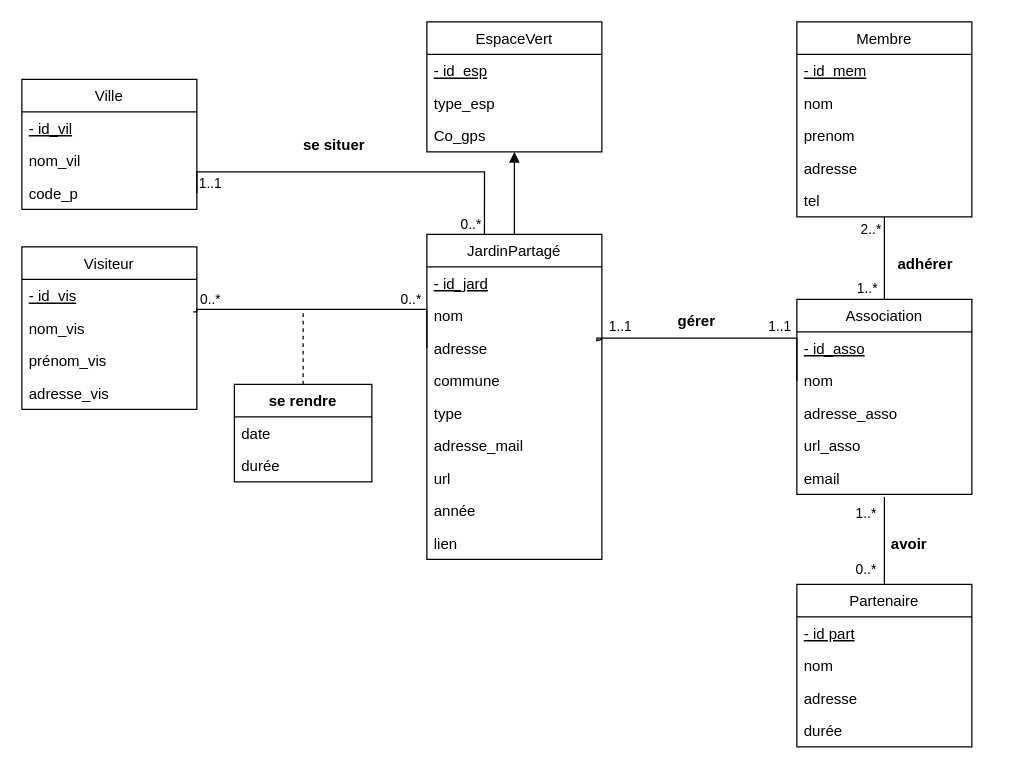
Mohamed-Messai/mescours keeps this draw.io diagram as BDD/solutions/salles.drawio. Above is the earlier version. Source tidied: cells renumbered, new cells numbered last; positions are measured from the earlier drawing's top-left corner, leaving out a move shared by most shapes. Both pictures are drawn from the tidied source at 125%, with x=0, y=0 at pixel (21, 21).
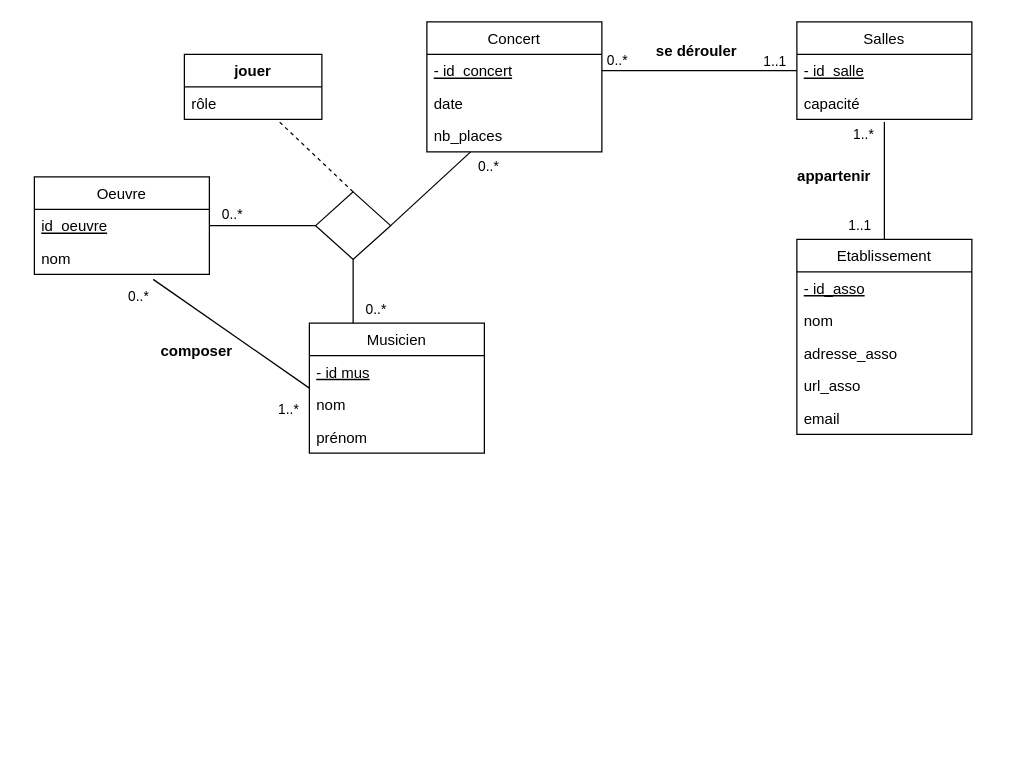
Above is the later version.

Commit message:
Mettre à jour salles.drawio

Unchanged cells that the change refers to:
```xml
<mxCell id="23" value="nom" style="text;strokeColor=none;fillColor=none;align=left;verticalAlign=top;spacingLeft=4;spacingRight=4;overflow=hidden;points=[[0,0.5],[1,0.5]];portConstraint=eastwest;" parent="21" vertex="1">
  <mxGeometry y="52" width="140" height="26" as="geometry" />
</mxCell>
```

The edit, as a diff of the source:
```diff
@@
-    <mxCell id="2" value="EspaceVert" style="swimlane;fontStyle=0;horizontal=1;startSize=26;fillColor=none;" parent="1" vertex="1">
+    <mxCell id="2" value="Concert" style="swimlane;fontStyle=0;horizontal=1;startSize=26;fillColor=none;" parent="1" vertex="1">
       <mxGeometry x="324" width="140" height="104" as="geometry" />
     </mxCell>
-    <mxCell id="3" value="- id_esp " style="text;strokeColor=none;fillColor=none;align=left;verticalAlign=top;spacingLeft=4;spacingRight=4;overflow=hidden;points=[[0,0.5],[1,0.5]];portConstraint=eastwest;fontStyle=4;" parent="2" vertex="1">
+    <mxCell id="3" value="- id_concert " style="text;strokeColor=none;fillColor=none;align=left;verticalAlign=top;spacingLeft=4;spacingRight=4;overflow=hidden;points=[[0,0.5],[1,0.5]];portConstraint=eastwest;fontStyle=4;" parent="2" vertex="1">
       <mxGeometry y="26" width="140" height="26" as="geometry" />
     </mxCell>
-    <mxCell id="4" value="type_esp " style="text;strokeColor=none;fillColor=none;align=left;verticalAlign=top;spacingLeft=4;spacingRight=4;overflow=hidden;" parent="2" vertex="1">
+    <mxCell id="4" value="date" style="text;strokeColor=none;fillColor=none;align=left;verticalAlign=top;spacingLeft=4;spacingRight=4;overflow=hidden;" parent="2" vertex="1">
       <mxGeometry y="52" width="140" height="26" as="geometry" />
     </mxCell>
-    <mxCell id="5" value="Co_gps " style="text;strokeColor=none;fillColor=none;align=left;verticalAlign=top;spacingLeft=4;spacingRight=4;overflow=hidden;" parent="2" vertex="1">
+    <mxCell id="5" value="nb_places" style="text;strokeColor=none;fillColor=none;align=left;verticalAlign=top;spacingLeft=4;spacingRight=4;overflow=hidden;" parent="2" vertex="1">
       <mxGeometry y="78" width="140" height="26" as="geometry" />
     </mxCell>
-    <mxCell id="6" value="Ville" style="swimlane;fontStyle=0;horizontal=1;startSize=26;fillColor=none;" parent="1" vertex="1">
-      <mxGeometry y="46" width="140" height="104" as="geometry" />
-    </mxCell>
-    <mxCell id="7" value="- id_vil " style="text;strokeColor=none;fillColor=none;align=left;verticalAlign=top;spacingLeft=4;spacingRight=4;overflow=hidden;fontStyle=4;" parent="6" vertex="1">
-      <mxGeometry y="26" width="140" height="26" as="geometry" />
-    </mxCell>
-    <mxCell id="8" value="nom_vil " style="text;strokeColor=none;fillColor=none;align=left;verticalAlign=top;spacingLeft=4;spacingRight=4;overflow=hidden;" parent="6" vertex="1">
-      <mxGeometry y="52" width="140" height="26" as="geometry" />
-    </mxCell>
-    <mxCell id="9" value="code_p " style="text;strokeColor=none;fillColor=none;align=left;verticalAlign=top;spacingLeft=4;spacingRight=4;overflow=hidden;points=[[0,0.5],[1,0.5]];portConstraint=eastwest;" parent="6" vertex="1">
-      <mxGeometry y="78" width="140" height="26" as="geometry" />
-    </mxCell>
-    <mxCell id="10" value="JardinPartagé" style="swimlane;fontStyle=0;horizontal=1;startSize=26;fillColor=none;" parent="1" vertex="1">
-      <mxGeometry x="324" y="170" width="140" height="260" as="geometry" />
-    </mxCell>
-    <mxCell id="11" value="- id_jard" style="text;strokeColor=none;fillColor=none;align=left;verticalAlign=top;spacingLeft=4;spacingRight=4;overflow=hidden;fontStyle=4;" parent="10" vertex="1">
-      <mxGeometry y="26" width="140" height="26" as="geometry" />
-    </mxCell>
-    <mxCell id="12" value="nom" style="text;strokeColor=none;fillColor=none;align=left;verticalAlign=top;spacingLeft=4;spacingRight=4;overflow=hidden;points=[[0,0.5],[1,0.5]];portConstraint=eastwest;" parent="10" vertex="1">
-      <mxGeometry y="52" width="140" height="26" as="geometry" />
-    </mxCell>
-    <mxCell id="13" value="adresse" style="text;strokeColor=none;fillColor=none;align=left;verticalAlign=top;spacingLeft=4;spacingRight=4;overflow=hidden;points=[[0,0.5],[1,0.5]];portConstraint=eastwest;" parent="10" vertex="1">
-      <mxGeometry y="78" width="140" height="26" as="geometry" />
-    </mxCell>
-    <mxCell id="14" value="commune" style="text;strokeColor=none;fillColor=none;align=left;verticalAlign=top;spacingLeft=4;spacingRight=4;overflow=hidden;" parent="10" vertex="1">
-      <mxGeometry y="104" width="140" height="26" as="geometry" />
-    </mxCell>
-    <mxCell id="15" value="type" style="text;strokeColor=none;fillColor=none;align=left;verticalAlign=top;spacingLeft=4;spacingRight=4;overflow=hidden;" parent="10" vertex="1">
-      <mxGeometry y="130" width="140" height="26" as="geometry" />
-    </mxCell>
-    <mxCell id="16" value="adresse_mail" style="text;strokeColor=none;fillColor=none;align=left;verticalAlign=top;spacingLeft=4;spacingRight=4;overflow=hidden;" parent="10" vertex="1">
-      <mxGeometry y="156" width="140" height="26" as="geometry" />
-    </mxCell>
-    <mxCell id="17" value="url" style="text;strokeColor=none;fillColor=none;align=left;verticalAlign=top;spacingLeft=4;spacingRight=4;overflow=hidden;" parent="10" vertex="1">
-      <mxGeometry y="182" width="140" height="26" as="geometry" />
-    </mxCell>
-    <mxCell id="18" value="année" style="text;strokeColor=none;fillColor=none;align=left;verticalAlign=top;spacingLeft=4;spacingRight=4;overflow=hidden;" parent="10" vertex="1">
-      <mxGeometry y="208" width="140" height="26" as="geometry" />
-    </mxCell>
-    <mxCell id="19" value="lien" style="text;strokeColor=none;fillColor=none;align=left;verticalAlign=top;spacingLeft=4;spacingRight=4;overflow=hidden;" parent="10" vertex="1">
-      <mxGeometry y="234" width="140" height="26" as="geometry" />
-    </mxCell>
-    <mxCell id="20" style="edgeStyle=orthogonalEdgeStyle;rounded=0;jettySize=auto;html=1;exitX=0.5;exitY=0;exitDx=0;exitDy=0;entryX=0.5;entryY=1;entryDx=0;entryDy=0;endArrow=none;endFill=0;" parent="1" edge="1" source="21" target="27">
-      <mxGeometry relative="1" as="geometry" />
-    </mxCell>
-    <mxCell id="21" value="Association" style="swimlane;fontStyle=0;horizontal=1;startSize=26;fillColor=none;" parent="1" vertex="1">
-      <mxGeometry x="620" y="222" width="140" height="156" as="geometry" />
+    <mxCell id="21" value="Etablissement" style="swimlane;fontStyle=0;horizontal=1;startSize=26;fillColor=none;" parent="1" vertex="1">
+      <mxGeometry x="620" y="174" width="140" height="156" as="geometry" />
     </mxCell>
@@
-    <mxCell id="27" value="Membre" style="swimlane;fontStyle=0;horizontal=1;startSize=26;fillColor=none;" parent="1" vertex="1">
-      <mxGeometry x="620" width="140" height="156" as="geometry" />
+    <mxCell id="27" value="Salles" style="swimlane;fontStyle=0;horizontal=1;startSize=26;fillColor=none;" parent="1" vertex="1">
+      <mxGeometry x="620" width="140" height="78" as="geometry" />
     </mxCell>
-    <mxCell id="28" value="- id_mem" style="text;strokeColor=none;fillColor=none;align=left;verticalAlign=top;spacingLeft=4;spacingRight=4;overflow=hidden;points=[[0,0.5],[1,0.5]];portConstraint=eastwest;fontStyle=4;" parent="27" vertex="1">
+    <mxCell id="28" value="- id_salle" style="text;strokeColor=none;fillColor=none;align=left;verticalAlign=top;spacingLeft=4;spacingRight=4;overflow=hidden;points=[[0,0.5],[1,0.5]];portConstraint=eastwest;fontStyle=4;" parent="27" vertex="1">
       <mxGeometry y="26" width="140" height="26" as="geometry" />
     </mxCell>
-    <mxCell id="29" value="nom" style="text;strokeColor=none;fillColor=none;align=left;verticalAlign=top;spacingLeft=4;spacingRight=4;overflow=hidden;" parent="27" vertex="1">
+    <mxCell id="29" value="capacité" style="text;strokeColor=none;fillColor=none;align=left;verticalAlign=top;spacingLeft=4;spacingRight=4;overflow=hidden;" parent="27" vertex="1">
       <mxGeometry y="52" width="140" height="26" as="geometry" />
     </mxCell>
-    <mxCell id="30" value="prenom" style="text;strokeColor=none;fillColor=none;align=left;verticalAlign=top;spacingLeft=4;spacingRight=4;overflow=hidden;" parent="27" vertex="1">
-      <mxGeometry y="78" width="140" height="26" as="geometry" />
-    </mxCell>
-    <mxCell id="31" value="adresse" style="text;strokeColor=none;fillColor=none;align=left;verticalAlign=top;spacingLeft=4;spacingRight=4;overflow=hidden;" parent="27" vertex="1">
-      <mxGeometry y="104" width="140" height="26" as="geometry" />
-    </mxCell>
-    <mxCell id="32" value="tel" style="text;strokeColor=none;fillColor=none;align=left;verticalAlign=top;spacingLeft=4;spacingRight=4;overflow=hidden;" parent="27" vertex="1">
-      <mxGeometry y="130" width="140" height="26" as="geometry" />
-    </mxCell>
-    <mxCell id="33" value="Visiteur" style="swimlane;fontStyle=0;horizontal=1;startSize=26;fillColor=none;" parent="1" vertex="1">
-      <mxGeometry y="180" width="140" height="130" as="geometry" />
+    <mxCell id="33" value="Oeuvre" style="swimlane;fontStyle=0;horizontal=1;startSize=26;fillColor=none;" parent="1" vertex="1">
+      <mxGeometry x="10" y="124" width="140" height="78" as="geometry" />
     </mxCell>
-    <mxCell id="34" value="- id_vis" style="text;strokeColor=none;fillColor=none;align=left;verticalAlign=top;spacingLeft=4;spacingRight=4;overflow=hidden;points=[[0,0.5],[1,0.5]];portConstraint=eastwest;fontStyle=4;" parent="33" vertex="1">
+    <mxCell id="34" value="id_oeuvre" style="text;strokeColor=none;fillColor=none;align=left;verticalAlign=top;spacingLeft=4;spacingRight=4;overflow=hidden;points=[[0,0.5],[1,0.5]];portConstraint=eastwest;fontStyle=4;" parent="33" vertex="1">
       <mxGeometry y="26" width="140" height="26" as="geometry" />
     </mxCell>
-    <mxCell id="35" value="nom_vis" style="text;strokeColor=none;fillColor=none;align=left;verticalAlign=top;spacingLeft=4;spacingRight=4;overflow=hidden;points=[[0,0.5],[1,0.5]];portConstraint=eastwest;" parent="33" vertex="1">
-      <mxGeometry y="52" width="140" height="26" as="geometry" />
-    </mxCell>
-    <mxCell id="36" value="prénom_vis" style="text;strokeColor=none;fillColor=none;align=left;verticalAlign=top;spacingLeft=4;spacingRight=4;overflow=hidden;" parent="33" vertex="1">
-      <mxGeometry y="78" width="140" height="26" as="geometry" />
-    </mxCell>
-    <mxCell id="37" value="adresse_vis" style="text;strokeColor=none;fillColor=none;align=left;verticalAlign=top;spacingLeft=4;spacingRight=4;overflow=hidden;" parent="33" vertex="1">
-      <mxGeometry y="104" width="140" height="26" as="geometry" />
-    </mxCell>
+    <mxCell id="12" value="nom" style="text;strokeColor=none;fillColor=none;align=left;verticalAlign=top;spacingLeft=4;spacingRight=4;overflow=hidden;points=[[0,0.5],[1,0.5]];portConstraint=eastwest;" parent="33" vertex="1">
+      <mxGeometry y="52" width="140" height="26" as="geometry" />
+    </mxCell>
-    <mxCell id="38" value="Partenaire" style="swimlane;fontStyle=0;horizontal=1;startSize=26;fillColor=none;" parent="1" vertex="1">
-      <mxGeometry x="620" y="450" width="140" height="130" as="geometry" />
+    <mxCell id="38" value="Musicien" style="swimlane;fontStyle=0;horizontal=1;startSize=26;fillColor=none;" parent="1" vertex="1">
+      <mxGeometry x="230" y="241" width="140" height="104" as="geometry" />
     </mxCell>
-    <mxCell id="39" value="- id part" style="text;strokeColor=none;fillColor=none;align=left;verticalAlign=top;spacingLeft=4;spacingRight=4;overflow=hidden;fontStyle=4;" parent="38" vertex="1">
+    <mxCell id="39" value="- id mus" style="text;strokeColor=none;fillColor=none;align=left;verticalAlign=top;spacingLeft=4;spacingRight=4;overflow=hidden;fontStyle=4;" parent="38" vertex="1">
       <mxGeometry y="26" width="140" height="26" as="geometry" />
     </mxCell>
@@
-    <mxCell id="41" value="adresse" style="text;strokeColor=none;fillColor=none;align=left;verticalAlign=top;spacingLeft=4;spacingRight=4;overflow=hidden;" parent="38" vertex="1">
+    <mxCell id="41" value="prénom" style="text;strokeColor=none;fillColor=none;align=left;verticalAlign=top;spacingLeft=4;spacingRight=4;overflow=hidden;" parent="38" vertex="1">
       <mxGeometry y="78" width="140" height="26" as="geometry" />
     </mxCell>
-    <mxCell id="42" value="durée" style="text;strokeColor=none;fillColor=none;align=left;verticalAlign=top;spacingLeft=4;spacingRight=4;overflow=hidden;" parent="38" vertex="1">
-      <mxGeometry y="104" width="140" height="26" as="geometry" />
-    </mxCell>
-    <mxCell id="43" value="se situer" style="text;align=center;fontStyle=1;verticalAlign=middle;spacingLeft=3;spacingRight=3;strokeColor=none;" parent="1" vertex="1">
-      <mxGeometry x="210" y="85" width="80" height="26" as="geometry" />
+    <mxCell id="43" value="composer" style="text;align=center;fontStyle=1;verticalAlign=middle;spacingLeft=3;spacingRight=3;strokeColor=none;" parent="1" vertex="1">
+      <mxGeometry x="100" y="250" width="80" height="26" as="geometry" />
     </mxCell>
-    <mxCell id="44" value="adhérer" style="text;align=center;fontStyle=1;verticalAlign=middle;spacingLeft=3;spacingRight=3;strokeColor=none;" parent="1" vertex="1">
-      <mxGeometry x="683" y="180" width="80" height="26" as="geometry" />
+    <mxCell id="44" value="se dérouler" style="text;align=center;fontStyle=1;verticalAlign=middle;spacingLeft=3;spacingRight=3;strokeColor=none;" parent="1" vertex="1">
+      <mxGeometry x="500" y="10" width="80" height="26" as="geometry" />
     </mxCell>
-    <mxCell id="45" value="gérer" style="text;align=center;fontStyle=1;verticalAlign=middle;spacingLeft=3;spacingRight=3;strokeColor=none;" parent="1" vertex="1">
-      <mxGeometry x="500" y="226" width="80" height="26" as="geometry" />
-    </mxCell>
-    <mxCell id="46" style="endArrow=block;endFill=1;html=1;rounded=0;exitX=0.5;exitY=0;exitDx=0;exitDy=0;entryX=0.5;entryY=1;entryDx=0;entryDy=0;" parent="1" edge="1" source="10" target="2">
-      <mxGeometry relative="1" as="geometry" />
-    </mxCell>
-    <mxCell id="47" style="endArrow=none;html=1;edgeStyle=orthogonalEdgeStyle;rounded=0;exitX=1;exitY=0.5;exitDx=0;exitDy=0;entryX=0.329;entryY=0;entryDx=0;entryDy=0;entryPerimeter=0;" parent="1" edge="1" source="9" target="10">
-      <mxGeometry relative="1" as="geometry">
-        <Array as="points">
-          <mxPoint x="140" y="120" />
-          <mxPoint x="370" y="120" />
-        </Array>
-      </mxGeometry>
-    </mxCell>
-    <mxCell id="48" value="1..1" style="edgeLabel;html=1;align=left;verticalAlign=bottom;" parent="47" vertex="1">
-      <mxGeometry x="-1" relative="1" as="geometry" />
-    </mxCell>
-    <mxCell id="49" value="0..*" style="edgeLabel;html=1;align=right;verticalAlign=bottom;" parent="47" vertex="1">
-      <mxGeometry x="1" relative="1" as="geometry">
-        <mxPoint x="-2" as="offset" />
-      </mxGeometry>
-    </mxCell>
-    <mxCell id="50" style="endArrow=none;html=1;edgeStyle=orthogonalEdgeStyle;rounded=0;entryX=0;entryY=0.5;entryDx=0;entryDy=0;exitX=0.979;exitY=0;exitDx=0;exitDy=0;exitPerimeter=0;" parent="1" edge="1" source="35" target="13">
-      <mxGeometry relative="1" as="geometry">
-        <Array as="points">
-          <mxPoint x="140" y="232" />
-          <mxPoint x="140" y="230" />
-          <mxPoint x="324" y="230" />
-        </Array>
-      </mxGeometry>
-    </mxCell>
-    <mxCell id="51" value="0..*" style="edgeLabel;html=1;align=left;verticalAlign=bottom;" parent="50" vertex="1">
-      <mxGeometry x="-1" relative="1" as="geometry">
-        <mxPoint x="4" y="-2" as="offset" />
-      </mxGeometry>
-    </mxCell>
-    <mxCell id="52" value="0..*" style="edgeLabel;html=1;align=right;verticalAlign=bottom;" parent="50" vertex="1">
-      <mxGeometry x="1" relative="1" as="geometry">
-        <mxPoint x="-4" y="-31" as="offset" />
-      </mxGeometry>
-    </mxCell>
-    <mxCell id="53" style="endArrow=none;html=1;edgeStyle=orthogonalEdgeStyle;rounded=0;entryX=0;entryY=0.5;entryDx=0;entryDy=0;exitX=1;exitY=0.231;exitDx=0;exitDy=0;exitPerimeter=0;" parent="1" edge="1" source="13" target="23">
-      <mxGeometry relative="1" as="geometry">
-        <Array as="points">
-          <mxPoint x="460" y="255" />
-          <mxPoint x="460" y="253" />
-          <mxPoint x="620" y="253" />
-        </Array>
-      </mxGeometry>
-    </mxCell>
-    <mxCell id="54" value="1..1" style="edgeLabel;html=1;align=left;verticalAlign=bottom;" parent="53" vertex="1">
-      <mxGeometry x="-1" relative="1" as="geometry">
-        <mxPoint x="4" y="-2" as="offset" />
-      </mxGeometry>
-    </mxCell>
-    <mxCell id="55" value="1..1" style="edgeLabel;html=1;align=right;verticalAlign=bottom;" parent="53" vertex="1">
-      <mxGeometry x="1" relative="1" as="geometry">
-        <mxPoint x="-4" y="-35" as="offset" />
-      </mxGeometry>
-    </mxCell>
-    <mxCell id="56" style="edgeStyle=orthogonalEdgeStyle;rounded=0;jettySize=auto;html=1;exitX=0.5;exitY=0;exitDx=0;exitDy=0;endArrow=none;endFill=0;dashed=1;" parent="1" edge="1" source="57">
-      <mxGeometry relative="1" as="geometry">
-        <mxPoint x="225" y="230" as="targetPoint" />
-      </mxGeometry>
-    </mxCell>
-    <mxCell id="57" value="se rendre" style="swimlane;fontStyle=1;horizontal=1;startSize=26;fillColor=none;" parent="1" vertex="1">
-      <mxGeometry x="170" y="290" width="110" height="78" as="geometry" />
+    <mxCell id="57" value="jouer" style="swimlane;fontStyle=1;horizontal=1;startSize=26;fillColor=none;" parent="1" vertex="1">
+      <mxGeometry x="130" y="26" width="110" height="52" as="geometry" />
     </mxCell>
-    <mxCell id="58" value="date" style="text;strokeColor=none;fillColor=none;align=left;verticalAlign=top;spacingLeft=4;spacingRight=4;overflow=hidden;points=[[0,0.5],[1,0.5]];portConstraint=eastwest;" parent="57" vertex="1">
+    <mxCell id="58" value="rôle" style="text;strokeColor=none;fillColor=none;align=left;verticalAlign=top;spacingLeft=4;spacingRight=4;overflow=hidden;points=[[0,0.5],[1,0.5]];portConstraint=eastwest;" parent="57" vertex="1">
       <mxGeometry y="26" width="110" height="26" as="geometry" />
     </mxCell>
-    <mxCell id="59" value="durée" style="text;strokeColor=none;fillColor=none;align=left;verticalAlign=top;spacingLeft=4;spacingRight=4;overflow=hidden;" parent="57" vertex="1">
-      <mxGeometry y="52" width="110" height="26" as="geometry" />
-    </mxCell>
-    <mxCell id="60" value="1..*" style="edgeLabel;html=1;align=right;verticalAlign=bottom;" parent="1" vertex="1">
-      <mxGeometry x="673" y="233" as="geometry">
+    <mxCell id="60" value="1..1" style="edgeLabel;html=1;align=right;verticalAlign=bottom;" parent="1" vertex="1">
+      <mxGeometry x="600" y="52" as="geometry">
         <mxPoint x="12" y="-12" as="offset" />
       </mxGeometry>
     </mxCell>
-    <mxCell id="61" value="2..*" style="edgeLabel;html=1;align=right;verticalAlign=bottom;" parent="1" vertex="1">
-      <mxGeometry x="683" y="220" as="geometry">
+    <mxCell id="61" value="0..*" style="edgeLabel;html=1;align=right;verticalAlign=bottom;" parent="1" vertex="1">
+      <mxGeometry x="480" y="85" as="geometry">
         <mxPoint x="5" y="-46" as="offset" />
       </mxGeometry>
     </mxCell>
-    <mxCell id="62" style="endArrow=none;endFill=0;endSize=12;html=1;rounded=0;exitX=0.5;exitY=0;exitDx=0;exitDy=0;" parent="1" edge="1" source="38">
-      <mxGeometry relative="1" as="geometry">
-        <mxPoint x="690" y="380" as="targetPoint" />
-      </mxGeometry>
-    </mxCell>
-    <mxCell id="63" value="0..*" style="edgeLabel;html=1;align=right;verticalAlign=bottom;" parent="1" vertex="1">
-      <mxGeometry x="626" y="261.9" as="geometry">
-        <mxPoint x="58" y="184" as="offset" />
-      </mxGeometry>
-    </mxCell>
-    <mxCell id="64" value="1..*" style="edgeLabel;html=1;align=right;verticalAlign=bottom;" parent="1" vertex="1">
-      <mxGeometry x="626" y="217" as="geometry">
-        <mxPoint x="58" y="184" as="offset" />
-      </mxGeometry>
-    </mxCell>
-    <mxCell id="65" value="avoir" style="text;align=center;fontStyle=1;verticalAlign=middle;spacingLeft=3;spacingRight=3;strokeColor=none;" parent="1" vertex="1">
-      <mxGeometry x="640" y="404" width="140" height="26" as="geometry" />
-    </mxCell>
+    <mxCell id="66" style="rhombus;whiteSpace=wrap;html=1;" parent="1" vertex="1">
+      <mxGeometry x="235" y="136" width="60" height="54" as="geometry" />
+    </mxCell>
+    <mxCell id="67" style="endArrow=none;html=1;rounded=0;entryX=0;entryY=0.5;entryDx=0;entryDy=0;exitX=1;exitY=0.5;exitDx=0;exitDy=0;" parent="1" edge="1" source="3" target="28">
+      <mxGeometry relative="1" as="geometry" />
+    </mxCell>
+    <mxCell id="68" style="endArrow=none;html=1;rounded=0;entryX=0.5;entryY=1;entryDx=0;entryDy=0;exitX=0.25;exitY=0;exitDx=0;exitDy=0;" parent="1" edge="1" source="38" target="66">
+      <mxGeometry relative="1" as="geometry" />
+    </mxCell>
+    <mxCell id="69" style="endArrow=none;html=1;rounded=0;entryX=0.25;entryY=1;entryDx=0;entryDy=0;exitX=1;exitY=0.5;exitDx=0;exitDy=0;" parent="1" edge="1" source="66" target="2">
+      <mxGeometry relative="1" as="geometry" />
+    </mxCell>
+    <mxCell id="70" style="endArrow=none;html=1;rounded=0;exitX=1;exitY=0.5;exitDx=0;exitDy=0;entryX=0;entryY=0.5;entryDx=0;entryDy=0;" parent="1" edge="1" source="34" target="66">
+      <mxGeometry relative="1" as="geometry" />
+    </mxCell>
+    <mxCell id="71" style="endArrow=none;dashed=1;html=1;rounded=0;entryX=0.691;entryY=1.077;entryDx=0;entryDy=0;entryPerimeter=0;exitX=0.5;exitY=0;exitDx=0;exitDy=0;" parent="1" edge="1" source="66" target="58">
+      <mxGeometry relative="1" as="geometry" />
+    </mxCell>
+    <mxCell id="72" style="endArrow=none;html=1;rounded=0;entryX=0.679;entryY=1.154;entryDx=0;entryDy=0;entryPerimeter=0;exitX=0;exitY=0.5;exitDx=0;exitDy=0;" parent="1" edge="1" source="38" target="12">
+      <mxGeometry relative="1" as="geometry" />
+    </mxCell>
+    <mxCell id="73" value="0..*" style="edgeLabel;html=1;align=right;verticalAlign=bottom;" parent="1" vertex="1">
+      <mxGeometry x="370" y="136" as="geometry">
+        <mxPoint x="12" y="-12" as="offset" />
+      </mxGeometry>
+    </mxCell>
+    <mxCell id="74" value="0..*" style="edgeLabel;html=1;align=right;verticalAlign=bottom;" parent="1" vertex="1">
+      <mxGeometry x="280" y="250" as="geometry">
+        <mxPoint x="12" y="-12" as="offset" />
+      </mxGeometry>
+    </mxCell>
+    <mxCell id="75" value="0..*" style="edgeLabel;html=1;align=right;verticalAlign=bottom;" parent="1" vertex="1">
+      <mxGeometry x="165" y="174" as="geometry">
+        <mxPoint x="12" y="-12" as="offset" />
+      </mxGeometry>
+    </mxCell>
+    <mxCell id="76" value="0..*" style="edgeLabel;html=1;align=right;verticalAlign=bottom;" parent="1" vertex="1">
+      <mxGeometry x="90" y="240" as="geometry">
+        <mxPoint x="12" y="-12" as="offset" />
+      </mxGeometry>
+    </mxCell>
+    <mxCell id="77" value="1..*" style="edgeLabel;html=1;align=right;verticalAlign=bottom;" parent="1" vertex="1">
+      <mxGeometry x="210" y="330" as="geometry">
+        <mxPoint x="12" y="-12" as="offset" />
+      </mxGeometry>
+    </mxCell>
+    <mxCell id="78" style="endArrow=none;html=1;rounded=0;exitX=0.5;exitY=0;exitDx=0;exitDy=0;" parent="1" edge="1" source="21">
+      <mxGeometry relative="1" as="geometry">
+        <mxPoint x="690" y="80" as="targetPoint" />
+      </mxGeometry>
+    </mxCell>
+    <mxCell id="79" value="1..*" style="edgeLabel;html=1;align=right;verticalAlign=bottom;" parent="1" vertex="1">
+      <mxGeometry x="670" y="110" as="geometry">
+        <mxPoint x="12" y="-12" as="offset" />
+      </mxGeometry>
+    </mxCell>
+    <mxCell id="55" value="1..1" style="edgeLabel;html=1;align=right;verticalAlign=bottom;" parent="1" vertex="1">
+      <mxGeometry x="668" y="183" as="geometry">
+        <mxPoint x="12" y="-12" as="offset" />
+      </mxGeometry>
+    </mxCell>
+    <mxCell id="80" value="appartenir" style="text;align=center;fontStyle=1;verticalAlign=middle;spacingLeft=3;spacingRight=3;strokeColor=none;" parent="1" vertex="1">
+      <mxGeometry x="610" y="110" width="80" height="26" as="geometry" />
+    </mxCell>
```
